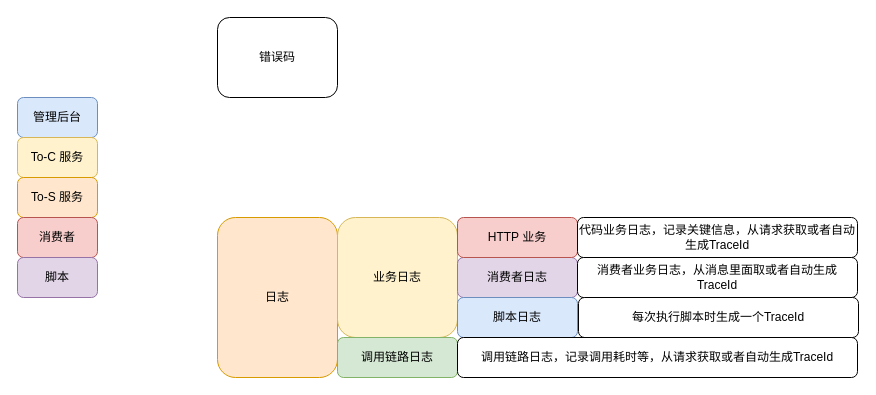
Earlier version of the draw.io diagram architecture/go-web-template.drawio (LanSeTianYe/draw). Source tidied: cells renumbered, new cells numbered last; positions are measured from the earlier drawing's top-left corner, leaving out a move shared by most shapes. Both pictures are drawn from the tidied source at 100%, with x=0, y=0 at pixel (17, 17).
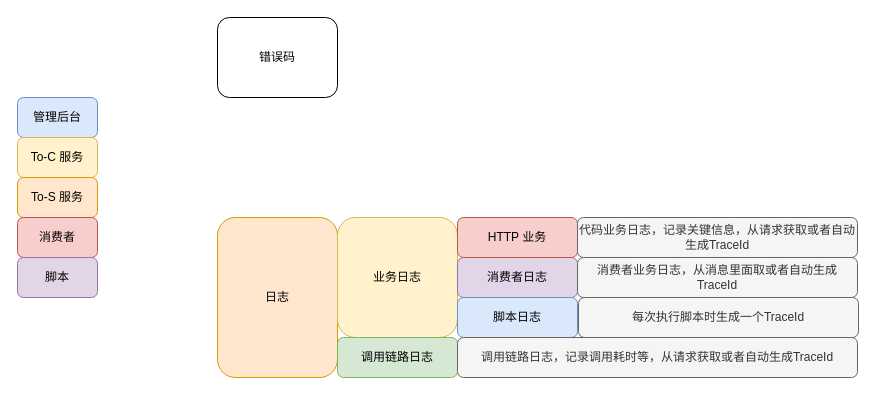
Above is the later version.

Diff of the diagram source:
```diff
@@
 <mxGraphModel>
   <root>
     <mxCell id="0" />
     <mxCell id="1" parent="0" />
     <mxCell id="2" value="管理后台" style="rounded=1;whiteSpace=wrap;html=1;fillColor=#dae8fc;strokeColor=#6c8ebf;" parent="1" vertex="1">
       <mxGeometry y="80" width="80" height="40" as="geometry" />
     </mxCell>
     <mxCell id="3" value="To-C 服务" style="rounded=1;whiteSpace=wrap;html=1;fillColor=#fff2cc;strokeColor=#d6b656;" parent="1" vertex="1">
       <mxGeometry y="120" width="80" height="40" as="geometry" />
     </mxCell>
     <mxCell id="4" value="To-S 服务" style="rounded=1;whiteSpace=wrap;html=1;fillColor=#ffe6cc;strokeColor=#d79b00;" parent="1" vertex="1">
       <mxGeometry y="160" width="80" height="40" as="geometry" />
     </mxCell>
     <mxCell id="5" value="消费者" style="rounded=1;whiteSpace=wrap;html=1;fillColor=#f8cecc;strokeColor=#b85450;" parent="1" vertex="1">
       <mxGeometry y="200" width="80" height="40" as="geometry" />
     </mxCell>
     <mxCell id="6" value="脚本" style="rounded=1;whiteSpace=wrap;html=1;fillColor=#e1d5e7;strokeColor=#9673a6;" parent="1" vertex="1">
       <mxGeometry y="240" width="80" height="40" as="geometry" />
     </mxCell>
     <mxCell id="7" value="错误码" style="rounded=1;whiteSpace=wrap;html=1;" parent="1" vertex="1">
       <mxGeometry x="200" width="120" height="80" as="geometry" />
     </mxCell>
     <mxCell id="8" value="日志" style="rounded=1;whiteSpace=wrap;html=1;fillColor=#ffe6cc;strokeColor=#d79b00;" parent="1" vertex="1">
       <mxGeometry x="200" y="200" width="120" height="160" as="geometry" />
     </mxCell>
     <mxCell id="9" value="业务日志" style="rounded=1;whiteSpace=wrap;html=1;fillColor=#fff2cc;strokeColor=#d6b656;" parent="1" vertex="1">
       <mxGeometry x="320" y="200" width="120" height="120" as="geometry" />
     </mxCell>
     <mxCell id="10" value="调用链路日志" style="rounded=1;whiteSpace=wrap;html=1;fillColor=#d5e8d4;strokeColor=#82b366;" parent="1" vertex="1">
       <mxGeometry x="320" y="320" width="120" height="40" as="geometry" />
     </mxCell>
     <mxCell id="11" value="消费者日志" style="rounded=1;whiteSpace=wrap;html=1;fillColor=#e1d5e7;strokeColor=#9673a6;" parent="1" vertex="1">
       <mxGeometry x="440" y="240" width="120" height="40" as="geometry" />
     </mxCell>
     <mxCell id="12" value="脚本日志" style="rounded=1;whiteSpace=wrap;html=1;fillColor=#dae8fc;strokeColor=#6c8ebf;" parent="1" vertex="1">
       <mxGeometry x="440" y="280" width="120" height="40" as="geometry" />
     </mxCell>
     <mxCell id="13" value="HTTP 业务" style="rounded=1;whiteSpace=wrap;html=1;fillColor=#f8cecc;strokeColor=#b85450;" parent="1" vertex="1">
       <mxGeometry x="440" y="200" width="120" height="40" as="geometry" />
     </mxCell>
-    <mxCell id="14" value="代码业务日志，记录关键信息，从请求获取或者自动生成TraceId" style="rounded=1;whiteSpace=wrap;html=1;" parent="1" vertex="1">
+    <mxCell id="14" value="代码业务日志，记录关键信息，从请求获取或者自动生成TraceId" style="rounded=1;whiteSpace=wrap;html=1;fillColor=#f5f5f5;fontColor=#333333;strokeColor=#666666;" parent="1" vertex="1">
       <mxGeometry x="560" y="200" width="280" height="40" as="geometry" />
     </mxCell>
-    <mxCell id="15" value="消费者业务日志，从消息里面取或者自动生成TraceId" style="rounded=1;whiteSpace=wrap;html=1;" parent="1" vertex="1">
+    <mxCell id="15" value="消费者业务日志，从消息里面取或者自动生成TraceId" style="rounded=1;whiteSpace=wrap;html=1;fillColor=#f5f5f5;fontColor=#333333;strokeColor=#666666;" parent="1" vertex="1">
       <mxGeometry x="560" y="240" width="280" height="40" as="geometry" />
     </mxCell>
-    <mxCell id="16" value="每次执行脚本时生成一个TraceId" style="rounded=1;whiteSpace=wrap;html=1;" parent="1" vertex="1">
+    <mxCell id="16" value="每次执行脚本时生成一个TraceId" style="rounded=1;whiteSpace=wrap;html=1;fillColor=#f5f5f5;fontColor=#333333;strokeColor=#666666;" parent="1" vertex="1">
       <mxGeometry x="561" y="280" width="280" height="40" as="geometry" />
     </mxCell>
-    <mxCell id="17" value="调用链路日志，记录调用耗时等，从请求获取或者自动生成TraceId" style="rounded=1;whiteSpace=wrap;html=1;" parent="1" vertex="1">
+    <mxCell id="17" value="调用链路日志，记录调用耗时等，从请求获取或者自动生成TraceId" style="rounded=1;whiteSpace=wrap;html=1;fillColor=#f5f5f5;fontColor=#333333;strokeColor=#666666;" parent="1" vertex="1">
       <mxGeometry x="440" y="320" width="400" height="40" as="geometry" />
     </mxCell>
   </root>
 </mxGraphModel>
```
